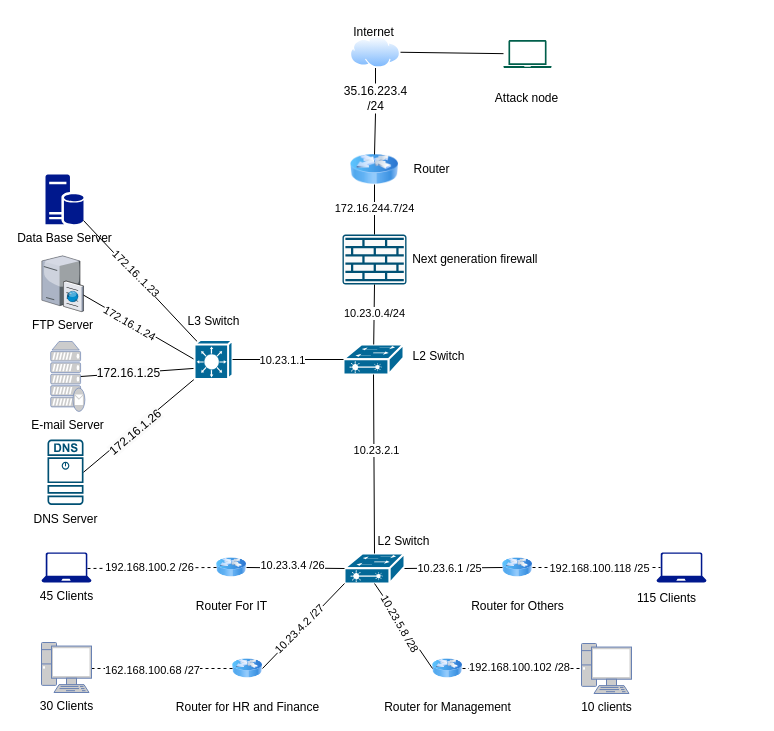
The draw.io diagram vahical_FornEtWorkwithStar.drawio in waiyanminunt/learning-code-of-school, before the edit. Source tidied: cells renumbered, new cells numbered last; positions are measured from the earlier drawing's top-left corner, leaving out a move shared by most shapes. Both pictures are drawn from the tidied source at 100%, with x=0, y=0 at pixel (41, 17).
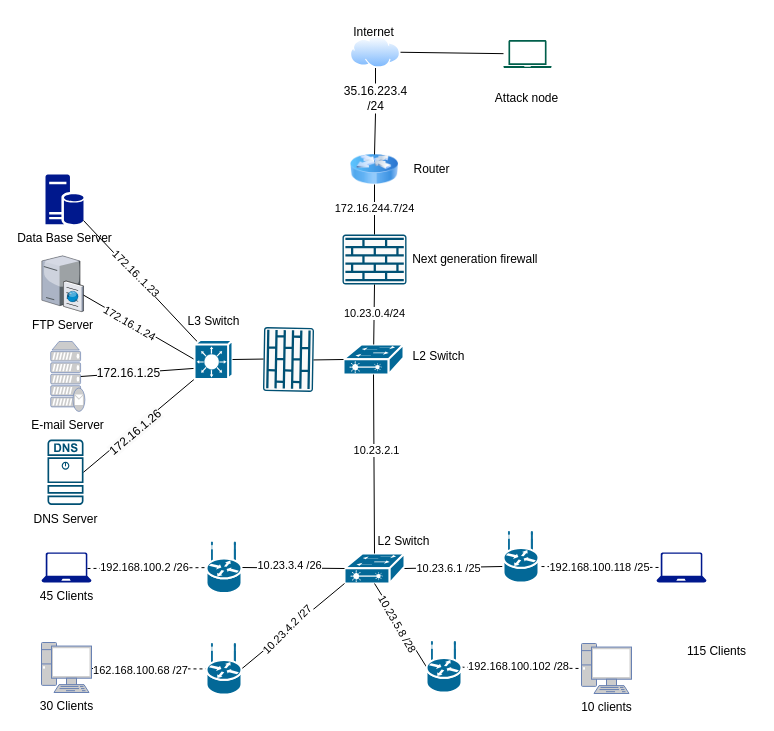
The same page after the edit.

Unchanged cells that the change refers to:
```xml
<mxCell id="7" style="shape=mxgraph.cisco.switches.layer_2_remote_switch;html=1;dashed=0;fillColor=#036897;strokeColor=#ffffff;strokeWidth=2;verticalLabelPosition=bottom;verticalAlign=top;align=center;outlineConnect=0;" parent="1" vertex="1">
  <mxGeometry x="303" y="536" width="60" height="30" as="geometry" />
</mxCell>
<mxCell id="24" value="&lt;font color=&quot;#000000&quot;&gt;10 clients&lt;/font&gt;" style="fontColor=#0066CC;verticalAlign=top;verticalLabelPosition=bottom;labelPosition=center;align=center;html=1;outlineConnect=0;fillColor=#CCCCCC;strokeColor=#6881B3;gradientColor=none;gradientDirection=north;strokeWidth=2;shape=mxgraph.networks.pc;" parent="1" vertex="1">
  <mxGeometry x="540" y="626" width="50" height="50" as="geometry" />
</mxCell>
<mxCell id="27" style="sketch=0;shadow=0;dashed=0;html=1;strokeColor=none;labelPosition=center;verticalLabelPosition=bottom;verticalAlign=top;align=center;fillColor=#00188D;shape=mxgraph.azure.laptop;" parent="1" vertex="1">
  <mxGeometry x="615" y="535" width="50" height="30" as="geometry" />
</mxCell>
<mxCell id="33" style="shape=mxgraph.cisco.switches.layer_2_remote_switch;html=1;dashed=0;fillColor=#036897;strokeColor=#ffffff;strokeWidth=2;verticalLabelPosition=bottom;verticalAlign=top;align=center;outlineConnect=0;" parent="1" vertex="1">
  <mxGeometry x="302" y="327" width="60" height="30" as="geometry" />
</mxCell>
<mxCell id="55" style="shape=mxgraph.cisco.switches.layer_3_switch;html=1;dashed=0;fillColor=#036897;strokeColor=#ffffff;strokeWidth=2;verticalLabelPosition=bottom;verticalAlign=top;align=center;outlineConnect=0;" parent="1" vertex="1">
  <mxGeometry x="153" y="322.5" width="38" height="39" as="geometry" />
</mxCell>
```

Diff of the diagram source:
```diff
@@
-    <mxCell id="8" value="Router For IT" style="image;html=1;image=img/lib/clip_art/networking/Router_Icon_128x128.png;" parent="1" vertex="1">
-      <mxGeometry x="175" y="525" width="30" height="50" as="geometry" />
-    </mxCell>
-    <mxCell id="9" value="Router for Management" style="image;html=1;image=img/lib/clip_art/networking/Router_Icon_128x128.png;" parent="1" vertex="1">
-      <mxGeometry x="391" y="626" width="30" height="50" as="geometry" />
-    </mxCell>
-    <mxCell id="10" value="Router for HR and Finance" style="image;html=1;image=img/lib/clip_art/networking/Router_Icon_128x128.png;" parent="1" vertex="1">
-      <mxGeometry x="191" y="626" width="30" height="50" as="geometry" />
-    </mxCell>
-    <mxCell id="11" value="Router for Others" style="image;html=1;image=img/lib/clip_art/networking/Router_Icon_128x128.png;" parent="1" vertex="1">
-      <mxGeometry x="461" y="525" width="30" height="50" as="geometry" />
-    </mxCell>
-    <mxCell id="12" style="endArrow=none;html=1;rounded=0;exitX=1;exitY=0.5;exitDx=0;exitDy=0;entryX=0;entryY=0.5;entryDx=0;entryDy=0;entryPerimeter=0;" parent="1" edge="1" source="8" target="7">
+    <mxCell id="12" style="endArrow=none;html=1;rounded=0;exitX=1;exitY=0.5;exitDx=0;exitDy=0;entryX=0;entryY=0.5;entryDx=0;entryDy=0;entryPerimeter=0;exitPerimeter=0;" parent="1" edge="1" source="65" target="7">
       <mxGeometry relative="1" as="geometry" />
     </mxCell>
@@
-    <mxCell id="14" style="endArrow=none;html=1;rounded=0;entryX=1;entryY=0.5;entryDx=0;entryDy=0;entryPerimeter=0;exitX=0;exitY=0.5;exitDx=0;exitDy=0;" parent="1" edge="1" source="11" target="7">
+    <mxCell id="14" style="endArrow=none;html=1;rounded=0;entryX=1;entryY=0.5;entryDx=0;entryDy=0;entryPerimeter=0;exitX=-0.029;exitY=0.686;exitDx=0;exitDy=0;exitPerimeter=0;" parent="1" edge="1" source="68" target="7">
       <mxGeometry relative="1" as="geometry" />
     </mxCell>
@@
-    <mxCell id="16" style="endArrow=none;html=1;rounded=0;exitX=1;exitY=0.5;exitDx=0;exitDy=0;entryX=0;entryY=1;entryDx=0;entryDy=0;entryPerimeter=0;" parent="1" edge="1" source="10" target="7">
+    <mxCell id="16" style="endArrow=none;html=1;rounded=0;exitX=1;exitY=0.5;exitDx=0;exitDy=0;entryX=0;entryY=1;entryDx=0;entryDy=0;entryPerimeter=0;exitPerimeter=0;" parent="1" edge="1" source="66" target="7">
       <mxGeometry relative="1" as="geometry" />
     </mxCell>
@@
-    <mxCell id="18" style="endArrow=none;html=1;rounded=0;entryX=0.5;entryY=1;entryDx=0;entryDy=0;entryPerimeter=0;exitX=0;exitY=0.5;exitDx=0;exitDy=0;" parent="1" edge="1" source="9" target="7">
+    <mxCell id="18" style="endArrow=none;html=1;rounded=0;entryX=0.5;entryY=1;entryDx=0;entryDy=0;entryPerimeter=0;exitX=0;exitY=0.5;exitDx=0;exitDy=0;exitPerimeter=0;" parent="1" edge="1" source="67" target="7">
       <mxGeometry relative="1" as="geometry" />
     </mxCell>
@@
-    <mxCell id="21" style="endArrow=none;dashed=1;html=1;rounded=0;exitX=1;exitY=0.5;exitDx=0;exitDy=0;exitPerimeter=0;entryX=0;entryY=0.5;entryDx=0;entryDy=0;" parent="1" edge="1" target="10">
+    <mxCell id="21" style="endArrow=none;dashed=1;html=1;rounded=0;exitX=1;exitY=0.5;exitDx=0;exitDy=0;exitPerimeter=0;" parent="1" edge="1" target="66">
       <mxGeometry relative="1" as="geometry">
         <mxPoint x="50" y="651" as="sourcePoint" />
       </mxGeometry>
     </mxCell>
@@
-    <mxCell id="25" style="endArrow=none;dashed=1;html=1;rounded=0;exitX=1;exitY=0.5;exitDx=0;exitDy=0;entryX=0;entryY=0.5;entryDx=0;entryDy=0;entryPerimeter=0;" parent="1" edge="1" source="9" target="24">
+    <mxCell id="25" style="endArrow=none;dashed=1;html=1;rounded=0;entryX=0;entryY=0.5;entryDx=0;entryDy=0;entryPerimeter=0;" parent="1" edge="1" source="67" target="24">
       <mxGeometry relative="1" as="geometry" />
     </mxCell>
@@
-    <mxCell id="28" style="endArrow=none;dashed=1;html=1;rounded=0;entryX=0.08;entryY=0.5;entryDx=0;entryDy=0;entryPerimeter=0;exitX=1;exitY=0.5;exitDx=0;exitDy=0;" parent="1" edge="1" source="11" target="27">
+    <mxCell id="28" style="endArrow=none;dashed=1;html=1;rounded=0;entryX=0.08;entryY=0.5;entryDx=0;entryDy=0;entryPerimeter=0;exitX=0.914;exitY=0.686;exitDx=0;exitDy=0;exitPerimeter=0;" parent="1" edge="1" source="68" target="27">
       <mxGeometry relative="1" as="geometry" />
     </mxCell>
@@
     <mxCell id="30" value="115 Clients" style="text;html=1;align=center;verticalAlign=middle;strokeColor=none;fillColor=none;" parent="1" vertex="1">
-      <mxGeometry x="585" y="566" width="80" height="30" as="geometry" />
+      <mxGeometry x="635" y="619" width="80" height="30" as="geometry" />
     </mxCell>
-    <mxCell id="31" style="endArrow=none;dashed=1;html=1;rounded=0;exitX=0.92;exitY=0.5;exitDx=0;exitDy=0;exitPerimeter=0;entryX=0;entryY=0.5;entryDx=0;entryDy=0;" parent="1" edge="1" target="8">
+    <mxCell id="31" style="endArrow=none;dashed=1;html=1;rounded=0;exitX=0.92;exitY=0.5;exitDx=0;exitDy=0;exitPerimeter=0;" parent="1" edge="1" target="65">
       <mxGeometry relative="1" as="geometry">
         <mxPoint x="46" y="551" as="sourcePoint" />
       </mxGeometry>
     </mxCell>
@@
-    <mxCell id="56" style="endArrow=none;html=1;rounded=0;exitX=1;exitY=0.5;exitDx=0;exitDy=0;exitPerimeter=0;entryX=0;entryY=0.5;entryDx=0;entryDy=0;entryPerimeter=0;" parent="1" edge="1" source="55" target="33">
-      <mxGeometry relative="1" as="geometry" />
-    </mxCell>
-    <mxCell id="57" value="10.23.1.1" style="edgeLabel;html=1;align=center;verticalAlign=middle;" parent="56" vertex="1">
-      <mxGeometry x="-0.12" relative="1" as="geometry" />
-    </mxCell>
@@
+    <mxCell id="65" style="shape=mxgraph.cisco.routers.wireless_router;html=1;dashed=0;fillColor=#036897;strokeColor=#ffffff;strokeWidth=2;verticalLabelPosition=bottom;verticalAlign=top;align=center;outlineConnect=0;" parent="1" vertex="1">
+      <mxGeometry x="165" y="524.5" width="35" height="51" as="geometry" />
+    </mxCell>
+    <mxCell id="66" style="shape=mxgraph.cisco.routers.wireless_router;html=1;dashed=0;fillColor=#036897;strokeColor=#ffffff;strokeWidth=2;verticalLabelPosition=bottom;verticalAlign=top;align=center;outlineConnect=0;" parent="1" vertex="1">
+      <mxGeometry x="165" y="626" width="35" height="51" as="geometry" />
+    </mxCell>
+    <mxCell id="67" style="shape=mxgraph.cisco.routers.wireless_router;html=1;dashed=0;fillColor=#036897;strokeColor=#ffffff;strokeWidth=2;verticalLabelPosition=bottom;verticalAlign=top;align=center;outlineConnect=0;" parent="1" vertex="1">
+      <mxGeometry x="385" y="624" width="35" height="51" as="geometry" />
+    </mxCell>
+    <mxCell id="68" style="shape=mxgraph.cisco.routers.wireless_router;html=1;dashed=0;fillColor=#036897;strokeColor=#ffffff;strokeWidth=2;verticalLabelPosition=bottom;verticalAlign=top;align=center;outlineConnect=0;" parent="1" vertex="1">
+      <mxGeometry x="462" y="514" width="35" height="51" as="geometry" />
+    </mxCell>
+    <mxCell id="69" style="sketch=0;points=[[0.015,0.015,0],[0.985,0.015,0],[0.985,0.985,0],[0.015,0.985,0],[0.25,0,0],[0.5,0,0],[0.75,0,0],[1,0.25,0],[1,0.5,0],[1,0.75,0],[0.75,1,0],[0.5,1,0],[0.25,1,0],[0,0.75,0],[0,0.5,0],[0,0.25,0]];verticalLabelPosition=bottom;html=1;verticalAlign=top;align=center;shape=mxgraph.cisco19.rect;prIcon=firewall;fillColor=#FAFAFA;strokeColor=#005073;rotation=-89;" parent="1" vertex="1">
+      <mxGeometry x="215" y="317" width="64" height="50" as="geometry" />
+    </mxCell>
+    <mxCell id="70" style="endArrow=none;html=1;rounded=0;exitX=0.5;exitY=1;exitDx=0;exitDy=0;exitPerimeter=0;entryX=0;entryY=0.5;entryDx=0;entryDy=0;entryPerimeter=0;" parent="1" edge="1" source="69" target="33">
+      <mxGeometry relative="1" as="geometry" />
+    </mxCell>
+    <mxCell id="71" style="endArrow=none;html=1;rounded=0;exitX=1;exitY=0.5;exitDx=0;exitDy=0;exitPerimeter=0;entryX=0.5;entryY=0;entryDx=0;entryDy=0;entryPerimeter=0;" parent="1" edge="1" source="55" target="69">
+      <mxGeometry relative="1" as="geometry" />
+    </mxCell>
```
